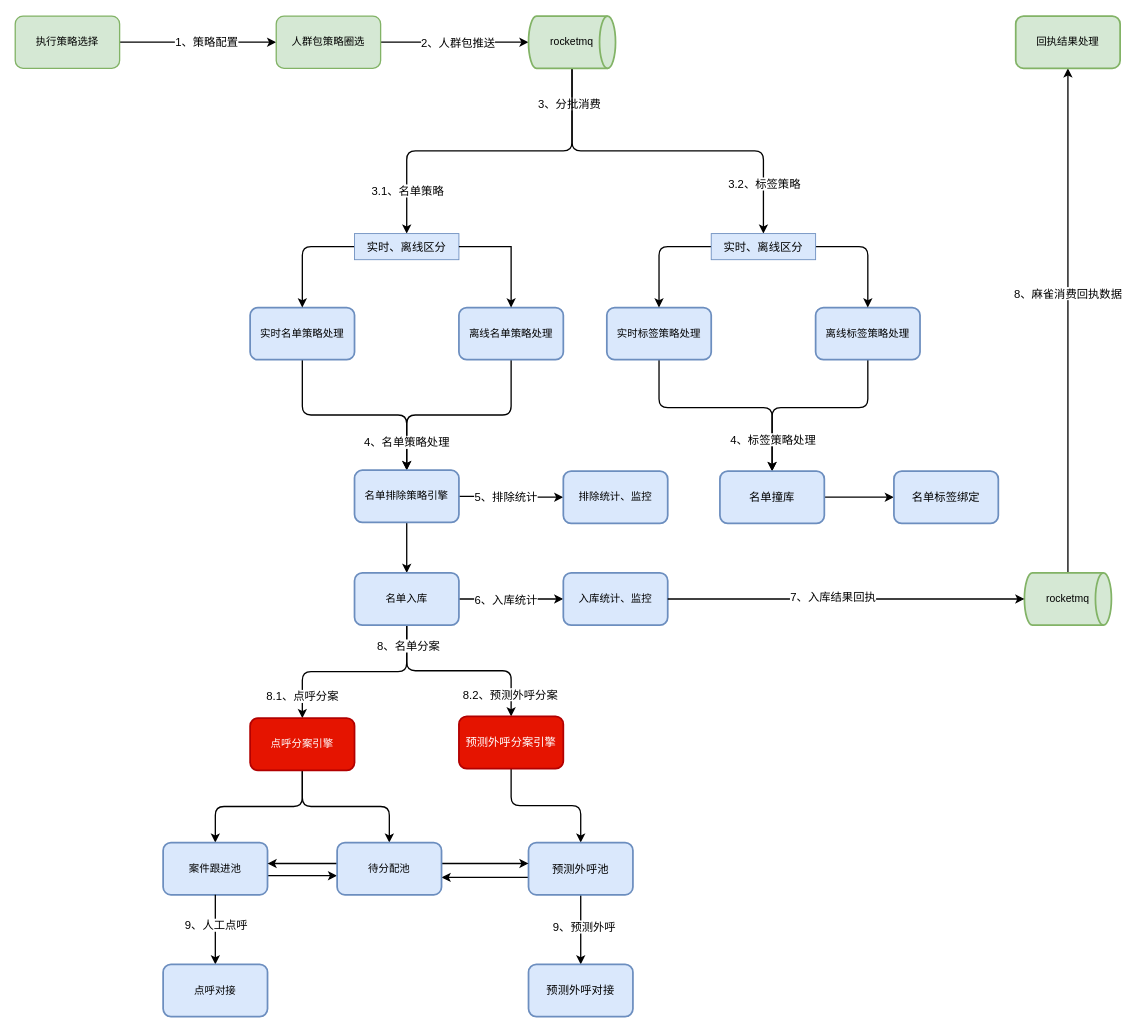
yuanlj-tea/picgo keeps this draw.io diagram as 电销系统运行架构图.drawio. Above is the earlier version. Source tidied: cells renumbered, new cells numbered last; positions are measured from the earlier drawing's top-left corner, leaving out a move shared by most shapes. Both pictures are drawn from the tidied source at 87%, with x=0, y=0 at pixel (15, 16).
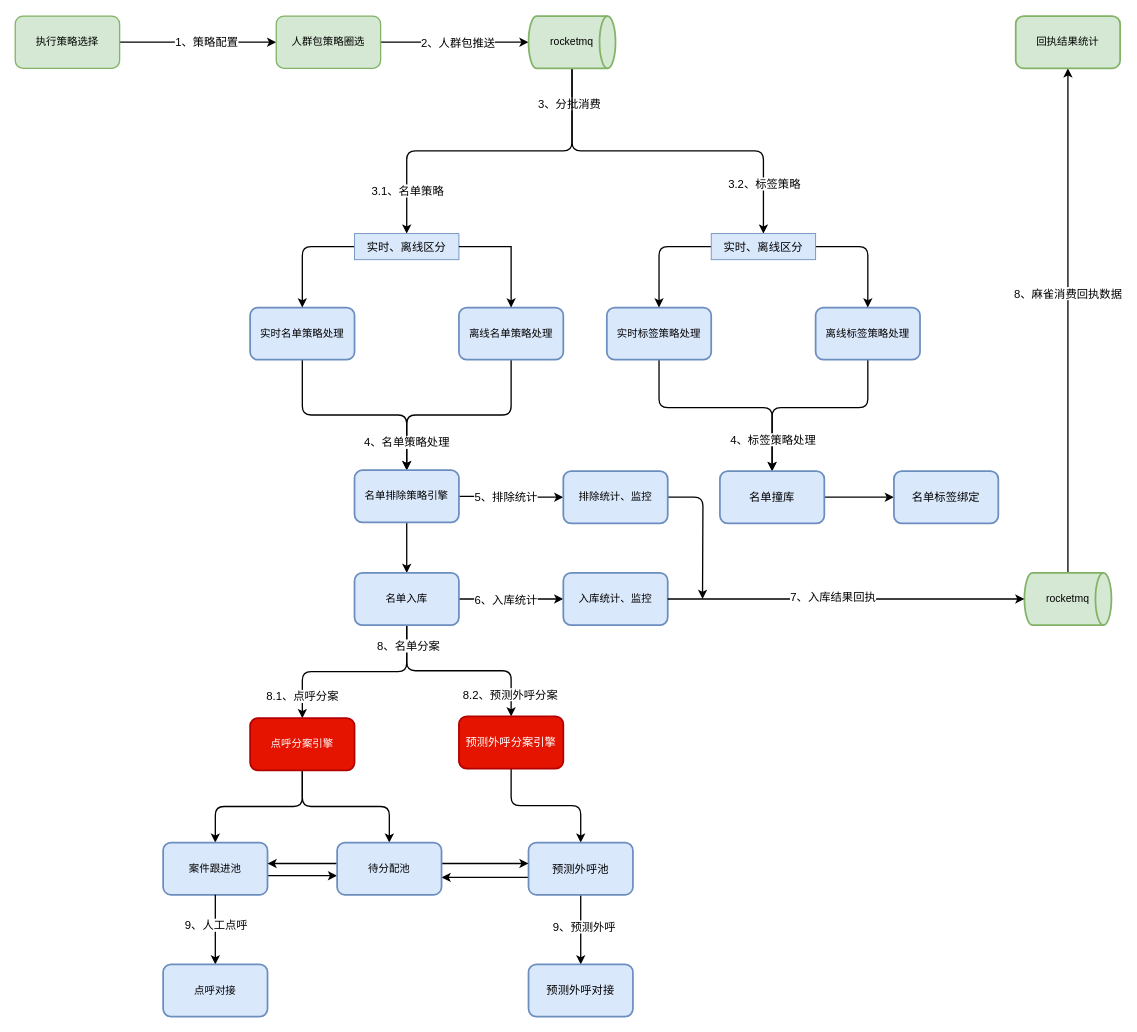
After the change.

Commit message:
更新电销系统运行架构图.drawio

Unchanged cells that the change refers to:
```xml
<mxCell id="36" value="排除统计、监控" style="whiteSpace=wrap;html=1;fillColor=#dae8fc;strokeColor=#6c8ebf;strokeWidth=2;rounded=1;" parent="1" vertex="1">
  <mxGeometry x="630" y="523" width="120" height="60" as="geometry" />
</mxCell>
```

Change to the diagram source:
```diff
@@
+    <mxCell id="71" style="edgeStyle=orthogonalEdgeStyle;shape=connector;rounded=1;jettySize=auto;html=1;labelBackgroundColor=default;strokeColor=default;strokeWidth=1.5;align=center;verticalAlign=middle;fontFamily=Helvetica;fontSize=13;fontColor=default;endArrow=classic;" parent="1" edge="1" source="36">
+      <mxGeometry relative="1" as="geometry">
+        <mxPoint x="790" y="670" as="targetPoint" />
+      </mxGeometry>
+    </mxCell>
@@
-    <mxCell id="51" value="回执结果处理" style="whiteSpace=wrap;html=1;fillColor=#d5e8d4;strokeColor=#82b366;strokeWidth=2;rounded=1;" parent="1" vertex="1">
+    <mxCell id="51" value="回执结果统计" style="whiteSpace=wrap;html=1;fillColor=#d5e8d4;strokeColor=#82b366;strokeWidth=2;rounded=1;" parent="1" vertex="1">
       <mxGeometry x="1150" width="120" height="60" as="geometry" />
     </mxCell>
```
